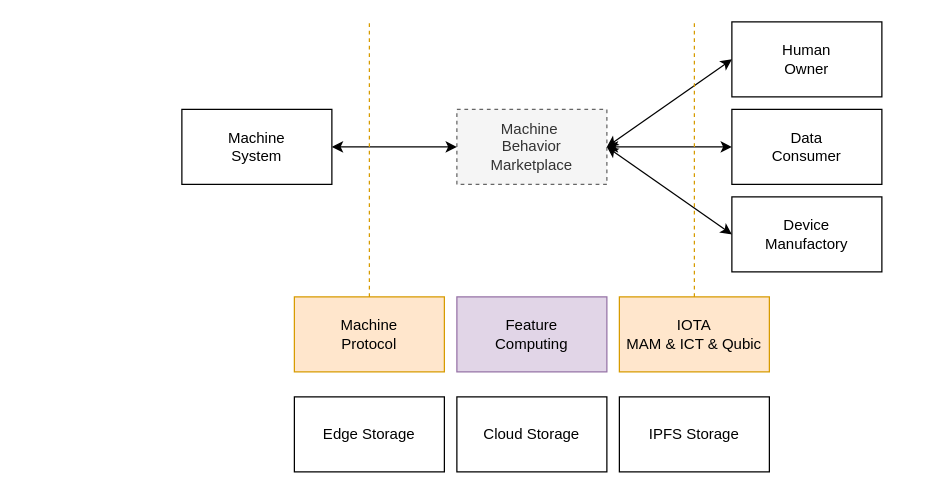
df595149790/df595149790.github.io keeps this draw.io diagram as media/dooyo_idea_mbm_1.drawio. Above is the earlier version. Source tidied: cells renumbered, new cells numbered last; positions are measured from the earlier drawing's top-left corner, leaving out a move shared by most shapes. Both pictures are drawn from the tidied source at 125%, with x=0, y=0 at pixel (181, 21).
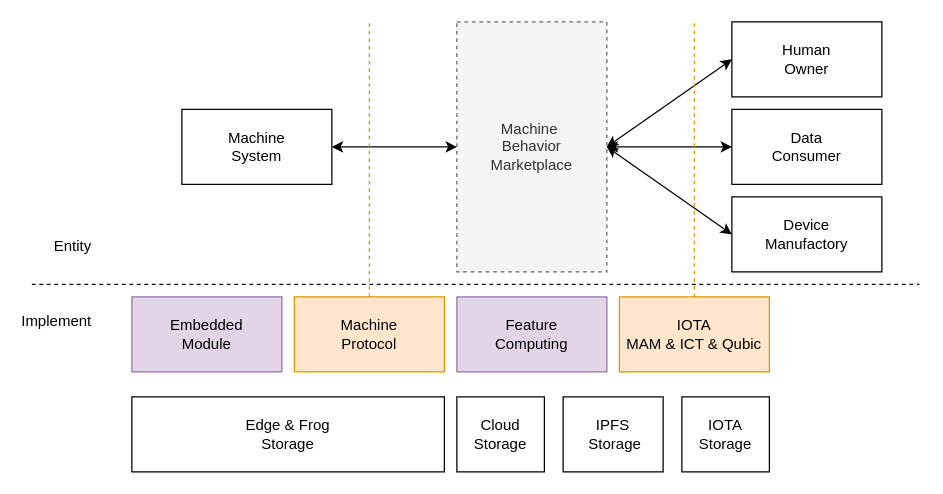
After the change.

The edit, as a diff of the source:
```diff
@@
     <mxCell id="2" value="&lt;span&gt;Machine&amp;nbsp;&lt;/span&gt;&lt;br&gt;&lt;span&gt;Behavior&lt;/span&gt;&lt;br&gt;&lt;span&gt;Marketplace&lt;/span&gt;" style="rounded=0;whiteSpace=wrap;html=1;fillColor=#f5f5f5;strokeColor=#666666;fontColor=#333333;gradientColor=none;dashed=1;" parent="1" vertex="1">
-      <mxGeometry x="220" y="70" width="120" height="60" as="geometry" />
+      <mxGeometry x="220" width="120" height="200" as="geometry" />
     </mxCell>
@@
-    <mxCell id="7" value="IPFS Storage" style="rounded=0;whiteSpace=wrap;html=1;" parent="1" vertex="1">
-      <mxGeometry x="350" y="300" width="120" height="60" as="geometry" />
+    <mxCell id="7" value="IPFS&lt;br&gt;&amp;nbsp;Storage" style="rounded=0;whiteSpace=wrap;html=1;" parent="1" vertex="1">
+      <mxGeometry x="305" y="300" width="80" height="60" as="geometry" />
     </mxCell>
-    <mxCell id="8" value="Edge Storage" style="rounded=0;whiteSpace=wrap;html=1;" parent="1" vertex="1">
-      <mxGeometry x="90" y="300" width="120" height="60" as="geometry" />
+    <mxCell id="8" value="Edge &amp;amp; Frog &lt;br&gt;Storage" style="rounded=0;whiteSpace=wrap;html=1;" parent="1" vertex="1">
+      <mxGeometry x="-40" y="300" width="250" height="60" as="geometry" />
     </mxCell>
@@
-    <mxCell id="14" value="Cloud Storage" style="rounded=0;whiteSpace=wrap;html=1;" parent="1" vertex="1">
-      <mxGeometry x="220" y="300" width="120" height="60" as="geometry" />
+    <mxCell id="14" value="Cloud &lt;br&gt;Storage" style="rounded=0;whiteSpace=wrap;html=1;" parent="1" vertex="1">
+      <mxGeometry x="220" y="300" width="70" height="60" as="geometry" />
     </mxCell>
@@
+    <mxCell id="19" value="Embedded&lt;br&gt;Module&lt;br&gt;" style="rounded=0;whiteSpace=wrap;html=1;fillColor=#e1d5e7;strokeColor=#9673a6;" parent="1" vertex="1">
+      <mxGeometry x="-40" y="220" width="120" height="60" as="geometry" />
+    </mxCell>
+    <mxCell id="20" style="endArrow=none;dashed=1;html=1;" parent="1" edge="1">
+      <mxGeometry relative="1" as="geometry">
+        <mxPoint x="-120" y="210" as="sourcePoint" />
+        <mxPoint x="590" y="210" as="targetPoint" />
+      </mxGeometry>
+    </mxCell>
+    <mxCell id="21" value="Entity" style="text;html=1;strokeColor=none;fillColor=none;align=right;verticalAlign=middle;whiteSpace=wrap;rounded=0;" parent="1" vertex="1">
+      <mxGeometry x="-110" y="170" width="40" height="20" as="geometry" />
+    </mxCell>
+    <mxCell id="22" value="Implement&lt;br&gt;" style="text;html=1;strokeColor=none;fillColor=none;align=right;verticalAlign=middle;whiteSpace=wrap;rounded=0;" parent="1" vertex="1">
+      <mxGeometry x="-110" y="230" width="40" height="20" as="geometry" />
+    </mxCell>
+    <mxCell id="23" value="IOTA&lt;br&gt;Storage" style="rounded=0;whiteSpace=wrap;html=1;" parent="1" vertex="1">
+      <mxGeometry x="400" y="300" width="70" height="60" as="geometry" />
+    </mxCell>
```
